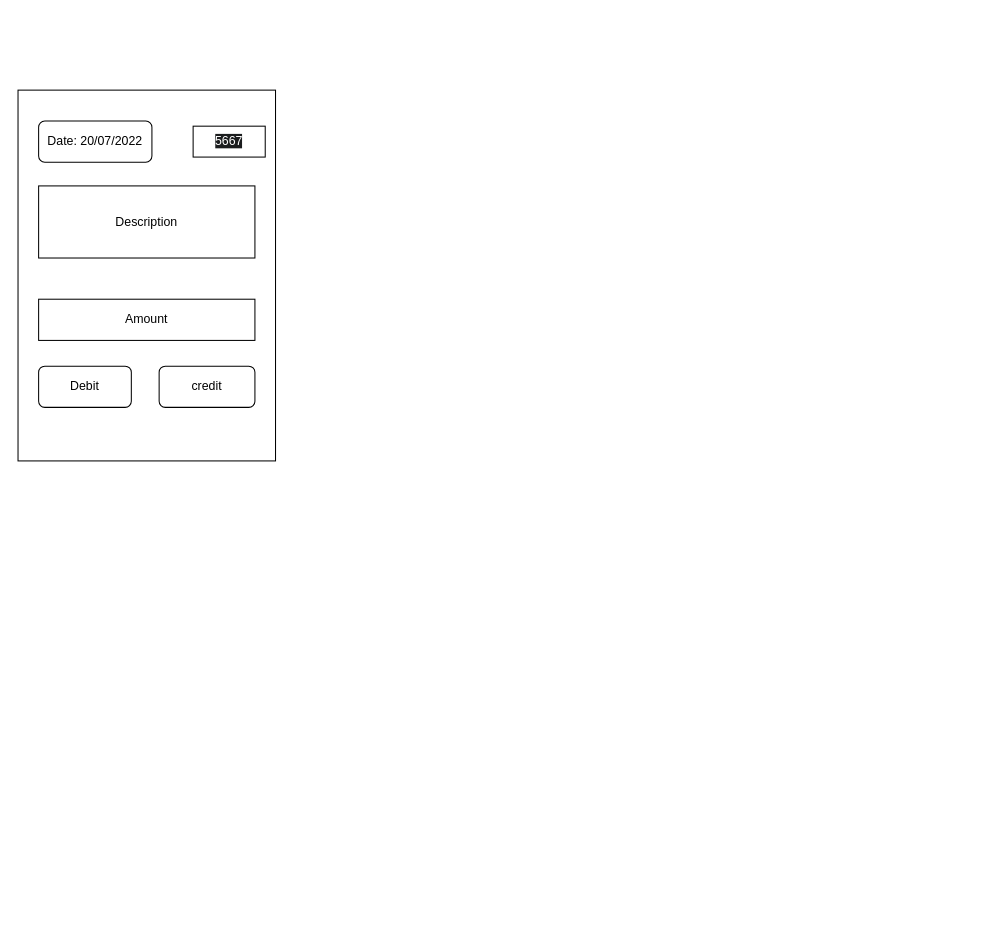
The draw.io diagram expense-tracker.drawio in bhanuprasad1999/bhanuprasad1999, before the edit. Source tidied: cells renumbered, new cells numbered last; positions are measured from the earlier drawing's top-left corner, leaving out a move shared by most shapes. Both pictures are drawn from the tidied source at 103%, with x=0, y=0 at pixel (18, 90).
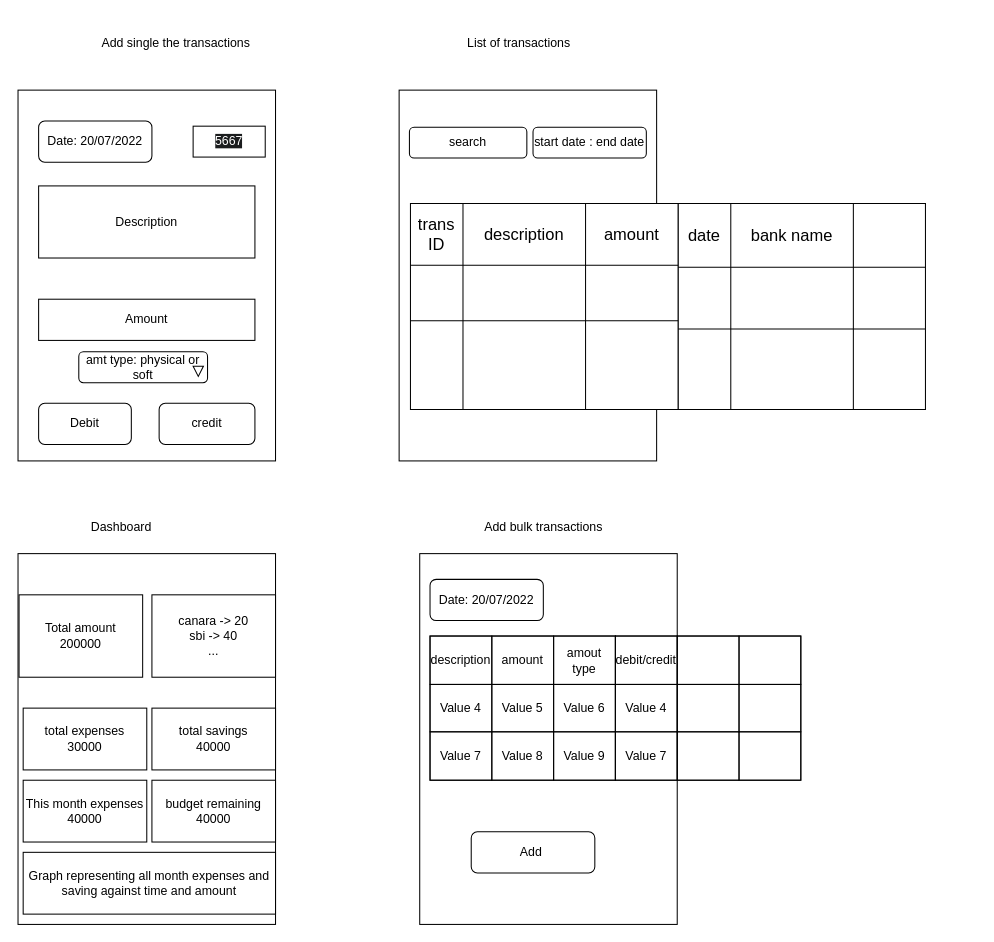
The same diagram, later.

Diff of the diagram source:
```diff
@@
     <mxCell id="4" value="Debit" style="rounded=1;whiteSpace=wrap;html=1;" parent="1" vertex="1">
-      <mxGeometry x="20" y="268" width="90" height="40" as="geometry" />
+      <mxGeometry x="20" y="304" width="90" height="40" as="geometry" />
     </mxCell>
     <mxCell id="5" value="credit" style="rounded=1;whiteSpace=wrap;html=1;" parent="1" vertex="1">
-      <mxGeometry x="137" y="268" width="93" height="40" as="geometry" />
+      <mxGeometry x="137" y="304" width="93" height="40" as="geometry" />
     </mxCell>
@@
+    <mxCell id="9" style="rounded=0;whiteSpace=wrap;html=1;" parent="1" vertex="1">
+      <mxGeometry x="370" width="250" height="360" as="geometry" />
+    </mxCell>
+    <mxCell id="10" value="search" style="rounded=1;whiteSpace=wrap;html=1;" parent="1" vertex="1">
+      <mxGeometry x="380" y="36" width="114" height="30" as="geometry" />
+    </mxCell>
+    <mxCell id="11" value="start date : end date" style="rounded=1;whiteSpace=wrap;html=1;" parent="1" vertex="1">
+      <mxGeometry x="500" y="36" width="110" height="30" as="geometry" />
+    </mxCell>
+    <mxCell id="12" style="group;" parent="1" vertex="1">
+      <mxGeometry x="350" y="110" width="580" height="200" as="geometry" />
+    </mxCell>
+    <mxCell id="13" style="shape=table;startSize=0;childLayout=tableLayout;fontSize=16;" parent="12" vertex="1">
+      <mxGeometry x="31" width="260" height="200" as="geometry" />
+    </mxCell>
+    <mxCell id="14" style="shape=tableRow;horizontal=0;startSize=0;swimlaneHead=0;swimlaneBody=0;strokeColor=inherit;top=0;left=0;bottom=0;right=0;fillColor=none;fontSize=16;" parent="13" vertex="1">
+      <mxGeometry width="260" height="60" as="geometry" />
+    </mxCell>
+    <mxCell id="15" value="trans ID" style="shape=partialRectangle;html=1;whiteSpace=wrap;strokeColor=inherit;overflow=hidden;fillColor=none;top=0;left=0;bottom=0;right=0;fontSize=16;" parent="14" vertex="1">
+      <mxGeometry width="51" height="60" as="geometry" />
+    </mxCell>
+    <mxCell id="16" value="description" style="shape=partialRectangle;html=1;whiteSpace=wrap;strokeColor=inherit;overflow=hidden;fillColor=none;top=0;left=0;bottom=0;right=0;fontSize=16;" parent="14" vertex="1">
+      <mxGeometry x="51" width="119" height="60" as="geometry" />
+    </mxCell>
+    <mxCell id="17" value="amount" style="shape=partialRectangle;html=1;whiteSpace=wrap;strokeColor=inherit;overflow=hidden;fillColor=none;top=0;left=0;bottom=0;right=0;fontSize=16;" parent="14" vertex="1">
+      <mxGeometry x="170" width="90" height="60" as="geometry" />
+    </mxCell>
+    <mxCell id="18" style="shape=tableRow;horizontal=0;startSize=0;swimlaneHead=0;swimlaneBody=0;strokeColor=inherit;top=0;left=0;bottom=0;right=0;fillColor=none;fontSize=16;" parent="13" vertex="1">
+      <mxGeometry y="60" width="260" height="54" as="geometry" />
+    </mxCell>
+    <mxCell id="19" style="shape=partialRectangle;html=1;whiteSpace=wrap;strokeColor=inherit;overflow=hidden;fillColor=none;top=0;left=0;bottom=0;right=0;fontSize=16;" parent="18" vertex="1">
+      <mxGeometry width="51" height="54" as="geometry" />
+    </mxCell>
+    <mxCell id="20" style="shape=partialRectangle;html=1;whiteSpace=wrap;strokeColor=inherit;overflow=hidden;fillColor=none;top=0;left=0;bottom=0;right=0;fontSize=16;" parent="18" vertex="1">
+      <mxGeometry x="51" width="119" height="54" as="geometry" />
+    </mxCell>
+    <mxCell id="21" style="shape=partialRectangle;html=1;whiteSpace=wrap;strokeColor=inherit;overflow=hidden;fillColor=none;top=0;left=0;bottom=0;right=0;fontSize=16;" parent="18" vertex="1">
+      <mxGeometry x="170" width="90" height="54" as="geometry" />
+    </mxCell>
+    <mxCell id="22" style="shape=tableRow;horizontal=0;startSize=0;swimlaneHead=0;swimlaneBody=0;strokeColor=inherit;top=0;left=0;bottom=0;right=0;fillColor=none;fontSize=16;" parent="13" vertex="1">
+      <mxGeometry y="114" width="260" height="86" as="geometry" />
+    </mxCell>
+    <mxCell id="23" style="shape=partialRectangle;html=1;whiteSpace=wrap;strokeColor=inherit;overflow=hidden;fillColor=none;top=0;left=0;bottom=0;right=0;fontSize=16;" parent="22" vertex="1">
+      <mxGeometry width="51" height="86" as="geometry" />
+    </mxCell>
+    <mxCell id="24" style="shape=partialRectangle;html=1;whiteSpace=wrap;strokeColor=inherit;overflow=hidden;fillColor=none;top=0;left=0;bottom=0;right=0;fontSize=16;" parent="22" vertex="1">
+      <mxGeometry x="51" width="119" height="86" as="geometry" />
+    </mxCell>
+    <mxCell id="25" style="shape=partialRectangle;html=1;whiteSpace=wrap;strokeColor=inherit;overflow=hidden;fillColor=none;top=0;left=0;bottom=0;right=0;fontSize=16;" parent="22" vertex="1">
+      <mxGeometry x="170" width="90" height="86" as="geometry" />
+    </mxCell>
+    <mxCell id="26" style="shape=table;startSize=0;childLayout=tableLayout;fontSize=16;" parent="12" vertex="1">
+      <mxGeometry x="291" width="240" height="200" as="geometry" />
+    </mxCell>
+    <mxCell id="27" style="shape=tableRow;horizontal=0;startSize=0;swimlaneHead=0;swimlaneBody=0;strokeColor=inherit;top=0;left=0;bottom=0;right=0;fillColor=none;fontSize=16;" parent="26" vertex="1">
+      <mxGeometry width="240" height="62" as="geometry" />
+    </mxCell>
+    <mxCell id="28" value="date" style="shape=partialRectangle;html=1;whiteSpace=wrap;strokeColor=inherit;overflow=hidden;fillColor=none;top=0;left=0;bottom=0;right=0;fontSize=16;" parent="27" vertex="1">
+      <mxGeometry width="51" height="62" as="geometry" />
+    </mxCell>
+    <mxCell id="29" value="bank name" style="shape=partialRectangle;html=1;whiteSpace=wrap;strokeColor=inherit;overflow=hidden;fillColor=none;top=0;left=0;bottom=0;right=0;fontSize=16;" parent="27" vertex="1">
+      <mxGeometry x="51" width="119" height="62" as="geometry" />
+    </mxCell>
+    <mxCell id="30" style="shape=partialRectangle;html=1;whiteSpace=wrap;strokeColor=inherit;overflow=hidden;fillColor=none;top=0;left=0;bottom=0;right=0;fontSize=16;" parent="27" vertex="1">
+      <mxGeometry x="170" width="70" height="62" as="geometry" />
+    </mxCell>
+    <mxCell id="31" style="shape=tableRow;horizontal=0;startSize=0;swimlaneHead=0;swimlaneBody=0;strokeColor=inherit;top=0;left=0;bottom=0;right=0;fillColor=none;fontSize=16;" parent="26" vertex="1">
+      <mxGeometry y="62" width="240" height="60" as="geometry" />
+    </mxCell>
+    <mxCell id="32" style="shape=partialRectangle;html=1;whiteSpace=wrap;strokeColor=inherit;overflow=hidden;fillColor=none;top=0;left=0;bottom=0;right=0;fontSize=16;" parent="31" vertex="1">
+      <mxGeometry width="51" height="60" as="geometry" />
+    </mxCell>
+    <mxCell id="33" style="shape=partialRectangle;html=1;whiteSpace=wrap;strokeColor=inherit;overflow=hidden;fillColor=none;top=0;left=0;bottom=0;right=0;fontSize=16;" parent="31" vertex="1">
+      <mxGeometry x="51" width="119" height="60" as="geometry" />
+    </mxCell>
+    <mxCell id="34" style="shape=partialRectangle;html=1;whiteSpace=wrap;strokeColor=inherit;overflow=hidden;fillColor=none;top=0;left=0;bottom=0;right=0;fontSize=16;" parent="31" vertex="1">
+      <mxGeometry x="170" width="70" height="60" as="geometry" />
+    </mxCell>
+    <mxCell id="35" style="shape=tableRow;horizontal=0;startSize=0;swimlaneHead=0;swimlaneBody=0;strokeColor=inherit;top=0;left=0;bottom=0;right=0;fillColor=none;fontSize=16;" parent="26" vertex="1">
+      <mxGeometry y="122" width="240" height="78" as="geometry" />
+    </mxCell>
+    <mxCell id="36" style="shape=partialRectangle;html=1;whiteSpace=wrap;strokeColor=inherit;overflow=hidden;fillColor=none;top=0;left=0;bottom=0;right=0;fontSize=16;" parent="35" vertex="1">
+      <mxGeometry width="51" height="78" as="geometry" />
+    </mxCell>
+    <mxCell id="37" style="shape=partialRectangle;html=1;whiteSpace=wrap;strokeColor=inherit;overflow=hidden;fillColor=none;top=0;left=0;bottom=0;right=0;fontSize=16;" parent="35" vertex="1">
+      <mxGeometry x="51" width="119" height="78" as="geometry" />
+    </mxCell>
+    <mxCell id="38" style="shape=partialRectangle;html=1;whiteSpace=wrap;strokeColor=inherit;overflow=hidden;fillColor=none;top=0;left=0;bottom=0;right=0;fontSize=16;" parent="35" vertex="1">
+      <mxGeometry x="170" width="70" height="78" as="geometry" />
+    </mxCell>
+    <mxCell id="39" value="amt type: physical or soft" style="rounded=1;whiteSpace=wrap;html=1;" parent="1" vertex="1">
+      <mxGeometry x="59" y="254" width="125" height="30" as="geometry" />
+    </mxCell>
+    <mxCell id="40" style="triangle;whiteSpace=wrap;html=1;rotation=90;" parent="1" vertex="1">
+      <mxGeometry x="170" y="268" width="10" height="10" as="geometry" />
+    </mxCell>
+    <mxCell id="41" style="rounded=0;whiteSpace=wrap;html=1;" parent="1" vertex="1">
+      <mxGeometry y="450" width="250" height="360" as="geometry" />
+    </mxCell>
+    <mxCell id="42" value="Total amount&lt;div&gt;200000&lt;/div&gt;" style="rounded=0;whiteSpace=wrap;html=1;" parent="1" vertex="1">
+      <mxGeometry x="1" y="490" width="120" height="80" as="geometry" />
+    </mxCell>
+    <mxCell id="43" value="total expenses&lt;div&gt;30000&lt;/div&gt;" style="rounded=0;whiteSpace=wrap;html=1;" parent="1" vertex="1">
+      <mxGeometry x="5" y="600" width="120" height="60" as="geometry" />
+    </mxCell>
+    <mxCell id="44" value="total savings&lt;div&gt;40000&lt;/div&gt;" style="rounded=0;whiteSpace=wrap;html=1;" parent="1" vertex="1">
+      <mxGeometry x="130" y="600" width="120" height="60" as="geometry" />
+    </mxCell>
+    <mxCell id="45" value="This month expenses&lt;br&gt;&lt;div&gt;40000&lt;/div&gt;" style="rounded=0;whiteSpace=wrap;html=1;" parent="1" vertex="1">
+      <mxGeometry x="5" y="670" width="120" height="60" as="geometry" />
+    </mxCell>
+    <mxCell id="46" value="budget remaining&lt;br&gt;&lt;div&gt;40000&lt;/div&gt;" style="rounded=0;whiteSpace=wrap;html=1;" parent="1" vertex="1">
+      <mxGeometry x="130" y="670" width="120" height="60" as="geometry" />
+    </mxCell>
+    <mxCell id="47" value="Graph representing all month expenses and saving against time and amount" style="rounded=0;whiteSpace=wrap;html=1;" parent="1" vertex="1">
+      <mxGeometry x="5" y="740" width="245" height="60" as="geometry" />
+    </mxCell>
+    <mxCell id="48" value="&lt;div&gt;canara -&amp;gt; 20&lt;/div&gt;&lt;div&gt;sbi -&amp;gt; 40&lt;/div&gt;&lt;div&gt;...&lt;/div&gt;" style="rounded=0;whiteSpace=wrap;html=1;" parent="1" vertex="1">
+      <mxGeometry x="130" y="490" width="120" height="80" as="geometry" />
+    </mxCell>
+    <mxCell id="49" value="Add single the transactions" style="text;html=1;align=center;verticalAlign=middle;whiteSpace=wrap;rounded=0;" parent="1" vertex="1">
+      <mxGeometry x="77" y="-70" width="153" height="50" as="geometry" />
+    </mxCell>
+    <mxCell id="50" value="List of transactions" style="text;html=1;align=center;verticalAlign=middle;whiteSpace=wrap;rounded=0;" parent="1" vertex="1">
+      <mxGeometry x="410" y="-70" width="153" height="50" as="geometry" />
+    </mxCell>
+    <mxCell id="51" value="Dashboard" style="text;html=1;align=center;verticalAlign=middle;strokeColor=none;fillColor=none;" parent="1" vertex="1">
+      <mxGeometry x="60" y="410" width="80" height="30" as="geometry" />
+    </mxCell>
+    <mxCell id="52" style="rounded=0;whiteSpace=wrap;html=1;" parent="1" vertex="1">
+      <mxGeometry x="390" y="450" width="250" height="360" as="geometry" />
+    </mxCell>
+    <mxCell id="53" value="Add bulk transactions" style="text;html=1;align=center;verticalAlign=middle;strokeColor=none;fillColor=none;" parent="1" vertex="1">
+      <mxGeometry x="440" y="410" width="140" height="30" as="geometry" />
+    </mxCell>
+    <mxCell id="54" style="group;" parent="1" vertex="1">
+      <mxGeometry x="400" y="530" width="360" height="140" as="geometry" />
+    </mxCell>
+    <mxCell id="55" style="childLayout=tableLayout;shadow=0;fillColor=none;" parent="54" vertex="1">
+      <mxGeometry width="180" height="140" as="geometry" />
+    </mxCell>
+    <mxCell id="56" style="shape=tableRow;horizontal=0;startSize=0;swimlaneHead=0;swimlaneBody=0;top=0;left=0;bottom=0;right=0;fontStyle=0;fillColor=none;strokeColor=inherit;" parent="55" vertex="1">
+      <mxGeometry width="180" height="47" as="geometry" />
+    </mxCell>
+    <mxCell id="57" value="description" style="strokeColor=inherit;fillColor=none;align=center;whiteSpace=wrap;html=1;" parent="56" vertex="1">
+      <mxGeometry width="60" height="47" as="geometry" />
+    </mxCell>
+    <mxCell id="58" value="amount" style="strokeColor=inherit;fillColor=none;align=center;whiteSpace=wrap;html=1;" parent="56" vertex="1">
+      <mxGeometry x="60" width="60" height="47" as="geometry" />
+    </mxCell>
+    <mxCell id="59" value="amout type" style="strokeColor=inherit;fillColor=none;align=center;whiteSpace=wrap;html=1;" parent="56" vertex="1">
+      <mxGeometry x="120" width="60" height="47" as="geometry" />
+    </mxCell>
+    <mxCell id="60" style="shape=tableRow;horizontal=0;startSize=0;swimlaneHead=0;swimlaneBody=0;top=0;left=0;bottom=0;right=0;fontStyle=0;fillColor=none;strokeColor=inherit;" parent="55" vertex="1">
+      <mxGeometry y="47" width="180" height="46" as="geometry" />
+    </mxCell>
+    <mxCell id="61" value="Value 4" style="strokeColor=inherit;fillColor=none;align=center;whiteSpace=wrap;html=1;" parent="60" vertex="1">
+      <mxGeometry width="60" height="46" as="geometry" />
+    </mxCell>
+    <mxCell id="62" value="Value 5" style="strokeColor=inherit;fillColor=none;align=center;whiteSpace=wrap;html=1;" parent="60" vertex="1">
+      <mxGeometry x="60" width="60" height="46" as="geometry" />
+    </mxCell>
+    <mxCell id="63" value="Value 6" style="strokeColor=inherit;fillColor=none;align=center;whiteSpace=wrap;html=1;" parent="60" vertex="1">
+      <mxGeometry x="120" width="60" height="46" as="geometry" />
+    </mxCell>
+    <mxCell id="64" style="shape=tableRow;horizontal=0;startSize=0;swimlaneHead=0;swimlaneBody=0;top=0;left=0;bottom=0;right=0;fontStyle=0;fillColor=none;strokeColor=inherit;" parent="55" vertex="1">
+      <mxGeometry y="93" width="180" height="47" as="geometry" />
+    </mxCell>
+    <mxCell id="65" value="Value 7" style="strokeColor=inherit;fillColor=none;align=center;whiteSpace=wrap;html=1;" parent="64" vertex="1">
+      <mxGeometry width="60" height="47" as="geometry" />
+    </mxCell>
+    <mxCell id="66" value="Value 8" style="strokeColor=inherit;fillColor=none;align=center;whiteSpace=wrap;html=1;" parent="64" vertex="1">
+      <mxGeometry x="60" width="60" height="47" as="geometry" />
+    </mxCell>
+    <mxCell id="67" value="Value 9" style="strokeColor=inherit;fillColor=none;align=center;whiteSpace=wrap;html=1;" parent="64" vertex="1">
+      <mxGeometry x="120" width="60" height="47" as="geometry" />
+    </mxCell>
+    <mxCell id="68" style="childLayout=tableLayout;shadow=0;fillColor=none;" parent="54" vertex="1">
+      <mxGeometry x="180" width="180" height="140" as="geometry" />
+    </mxCell>
+    <mxCell id="69" style="shape=tableRow;horizontal=0;startSize=0;swimlaneHead=0;swimlaneBody=0;top=0;left=0;bottom=0;right=0;fontStyle=0;fillColor=none;strokeColor=inherit;" parent="68" vertex="1">
+      <mxGeometry width="180" height="47" as="geometry" />
+    </mxCell>
+    <mxCell id="70" value="debit/credit" style="strokeColor=inherit;fillColor=none;align=center;whiteSpace=wrap;html=1;" parent="69" vertex="1">
+      <mxGeometry width="60" height="47" as="geometry" />
+    </mxCell>
+    <mxCell id="71" style="strokeColor=inherit;fillColor=none;align=center;whiteSpace=wrap;html=1;" parent="69" vertex="1">
+      <mxGeometry x="60" width="60" height="47" as="geometry" />
+    </mxCell>
+    <mxCell id="72" style="strokeColor=inherit;fillColor=none;align=center;whiteSpace=wrap;html=1;" parent="69" vertex="1">
+      <mxGeometry x="120" width="60" height="47" as="geometry" />
+    </mxCell>
+    <mxCell id="73" style="shape=tableRow;horizontal=0;startSize=0;swimlaneHead=0;swimlaneBody=0;top=0;left=0;bottom=0;right=0;fontStyle=0;fillColor=none;strokeColor=inherit;" parent="68" vertex="1">
+      <mxGeometry y="47" width="180" height="46" as="geometry" />
+    </mxCell>
+    <mxCell id="74" value="Value 4" style="strokeColor=inherit;fillColor=none;align=center;whiteSpace=wrap;html=1;" parent="73" vertex="1">
+      <mxGeometry width="60" height="46" as="geometry" />
+    </mxCell>
+    <mxCell id="75" style="strokeColor=inherit;fillColor=none;align=center;whiteSpace=wrap;html=1;" parent="73" vertex="1">
+      <mxGeometry x="60" width="60" height="46" as="geometry" />
+    </mxCell>
+    <mxCell id="76" style="strokeColor=inherit;fillColor=none;align=center;whiteSpace=wrap;html=1;" parent="73" vertex="1">
+      <mxGeometry x="120" width="60" height="46" as="geometry" />
+    </mxCell>
+    <mxCell id="77" style="shape=tableRow;horizontal=0;startSize=0;swimlaneHead=0;swimlaneBody=0;top=0;left=0;bottom=0;right=0;fontStyle=0;fillColor=none;strokeColor=inherit;" parent="68" vertex="1">
+      <mxGeometry y="93" width="180" height="47" as="geometry" />
+    </mxCell>
+    <mxCell id="78" value="Value 7" style="strokeColor=inherit;fillColor=none;align=center;whiteSpace=wrap;html=1;" parent="77" vertex="1">
+      <mxGeometry width="60" height="47" as="geometry" />
+    </mxCell>
+    <mxCell id="79" style="strokeColor=inherit;fillColor=none;align=center;whiteSpace=wrap;html=1;" parent="77" vertex="1">
+      <mxGeometry x="60" width="60" height="47" as="geometry" />
+    </mxCell>
+    <mxCell id="80" style="strokeColor=inherit;fillColor=none;align=center;whiteSpace=wrap;html=1;" parent="77" vertex="1">
+      <mxGeometry x="120" width="60" height="47" as="geometry" />
+    </mxCell>
+    <mxCell id="81" value="Date: 20/07/2022" style="rounded=1;whiteSpace=wrap;html=1;" parent="1" vertex="1">
+      <mxGeometry x="400" y="475" width="110" height="40" as="geometry" />
+    </mxCell>
+    <mxCell id="82" value="Add&amp;nbsp;" style="rounded=1;whiteSpace=wrap;html=1;" parent="1" vertex="1">
+      <mxGeometry x="440" y="720" width="120" height="40" as="geometry" />
+    </mxCell>
```
